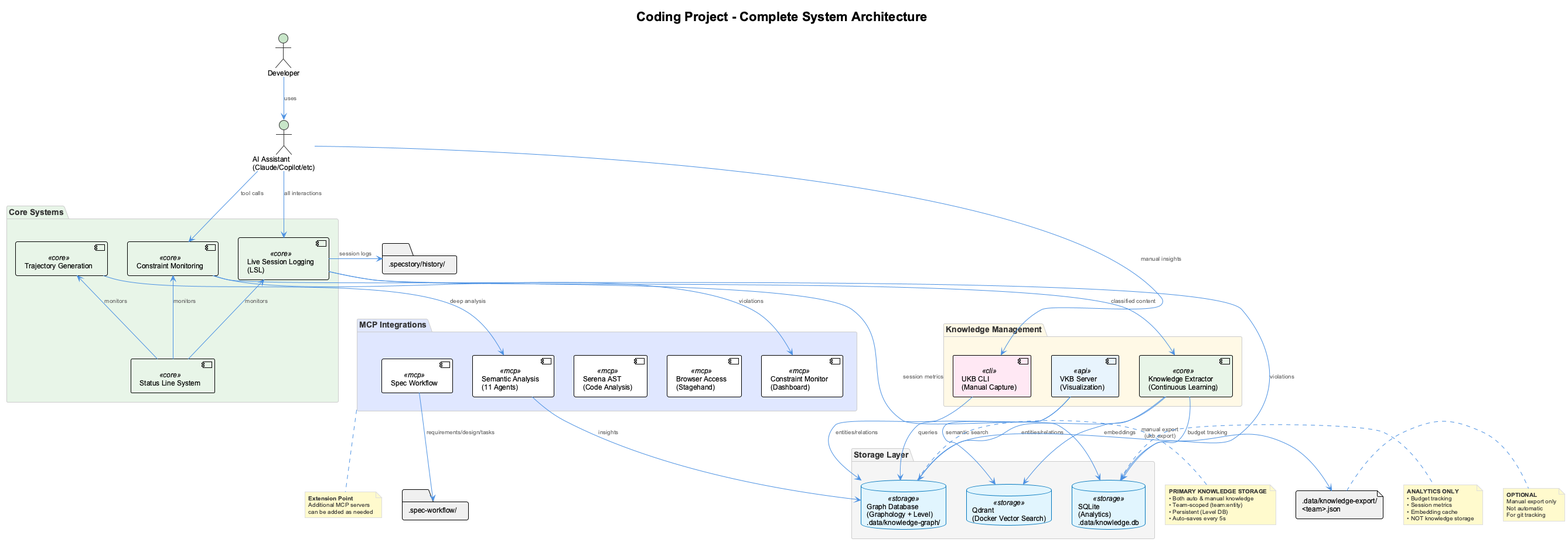
The PlantUML diagram docs/images/coding-system-architecture.png in fwornle/coding, before a commit. Its diagram source:
```plantuml
@startuml
!include _standard-style.puml

title Coding Project - Complete System Architecture

top to bottom direction

actor "Developer" as dev
actor "AI Assistant\n(Claude/Copilot/etc)" as ai

package "Core Systems" as core #E8F5E8 {
  [Live Session Logging\n(LSL)] as lsl <<core>>
  [Constraint Monitoring] as constraints <<core>>
  [Trajectory Generation] as trajectory <<core>>
  [Status Line System] as status <<core>>
}

package "Knowledge Management" as km #FFF9E6 {
  [Knowledge Extractor\n(Continuous Learning)] as extractor <<core>>
  [UKB CLI\n(Manual Capture)] as ukb <<cli>>
  [VKB Server\n(Visualization)] as vkb <<api>>
}

package "MCP Integrations" as mcp #E0E7FF {
  [Semantic Analysis\n(11 Agents)] as semantic <<mcp>>
  [Constraint Monitor\n(Dashboard)] as mcp_constraints <<mcp>>
  [Serena AST\n(Code Analysis)] as serena <<mcp>>
  [Browser Access\n(Stagehand)] as browser <<mcp>>
  [Spec Workflow] as spec_workflow <<mcp>>
}

package "Storage Layer" as storage #F5F5F5 {
  database "Graph Database\n(Graphology + Level)\n.data/knowledge-graph/" as graphdb <<storage>>
  database "Qdrant\n(Docker Vector Search)" as qdrant <<storage>>
  database "SQLite\n(Analytics)\n.data/knowledge.db" as sqlite <<storage>>
}

folder ".specstory/history/" as lsl_logs #F0F0F0
folder ".spec-workflow/" as spec_files #F0F0F0
file ".data/knowledge-export/\n<team>.json" as json #F0F0F0

dev -down-> ai : uses
ai -down-> lsl : all interactions
ai -down-> constraints : tool calls
ai -down-> ukb : manual insights

lsl -down-> extractor : classified content
lsl -right-> lsl_logs : session logs
constraints -down-> mcp_constraints : violations
trajectory -down-> semantic : deep analysis

extractor -down-> graphdb : entities/relations
extractor -down-> qdrant : embeddings
ukb -down-> graphdb : entities/relations
vkb -up-> graphdb : queries
vkb -up-> qdrant : semantic search

semantic -down-> graphdb : insights
spec_workflow -down-> spec_files : requirements/design/tasks

lsl -down-> sqlite : session metrics
constraints -down-> sqlite : violations
extractor -down-> sqlite : budget tracking

status -up-> lsl : monitors
status -up-> constraints : monitors
status -up-> trajectory : monitors

graphdb -right-> json : manual export\n(ukb export)

note right of graphdb
  **PRIMARY KNOWLEDGE STORAGE**
  • Both auto & manual knowledge
  • Team-scoped (team:entity)
  • Persistent (Level DB)
  • Auto-saves every 5s
end note

note right of sqlite
  **ANALYTICS ONLY**
  • Budget tracking
  • Session metrics
  • Embedding cache
  • NOT knowledge storage
end note

note right of json
  **OPTIONAL**
  Manual export only
  Not automatic
  For git tracking
end note

note bottom of mcp
  **Extension Point**
  Additional MCP servers
  can be added as needed
end note

@enduml
```
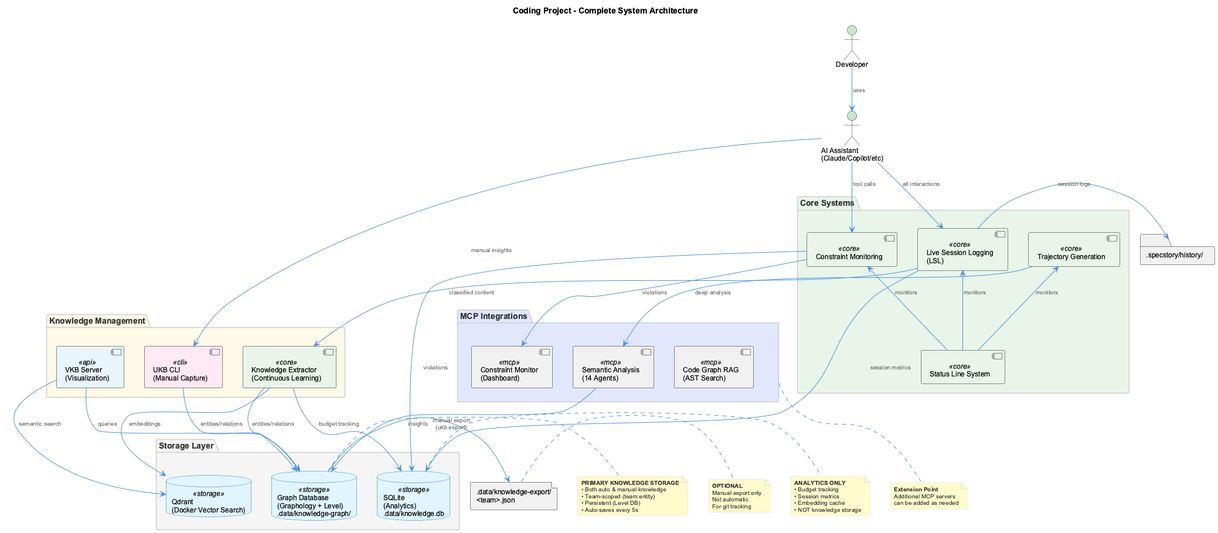
After the change.

Change to the diagram source:
```diff
@@ -22,11 +22,9 @@
 }
 
 package "MCP Integrations" as mcp #E0E7FF {
-  [Semantic Analysis\n(11 Agents)] as semantic <<mcp>>
+  [Semantic Analysis\n(14 Agents)] as semantic <<mcp>>
   [Constraint Monitor\n(Dashboard)] as mcp_constraints <<mcp>>
-  [Serena AST\n(Code Analysis)] as serena <<mcp>>
-  [Browser Access\n(Stagehand)] as browser <<mcp>>
-  [Spec Workflow] as spec_workflow <<mcp>>
+  [Code Graph RAG\n(AST Search)] as code_graph <<mcp>>
 }
 
 package "Storage Layer" as storage #F5F5F5 {
@@ -36,7 +34,6 @@
 }
 
 folder ".specstory/history/" as lsl_logs #F0F0F0
-folder ".spec-workflow/" as spec_files #F0F0F0
 file ".data/knowledge-export/\n<team>.json" as json #F0F0F0
 
 dev -down-> ai : uses
@@ -56,7 +53,6 @@
 vkb -up-> qdrant : semantic search
 
 semantic -down-> graphdb : insights
-spec_workflow -down-> spec_files : requirements/design/tasks
 
 lsl -down-> sqlite : session metrics
 constraints -down-> sqlite : violations
```
